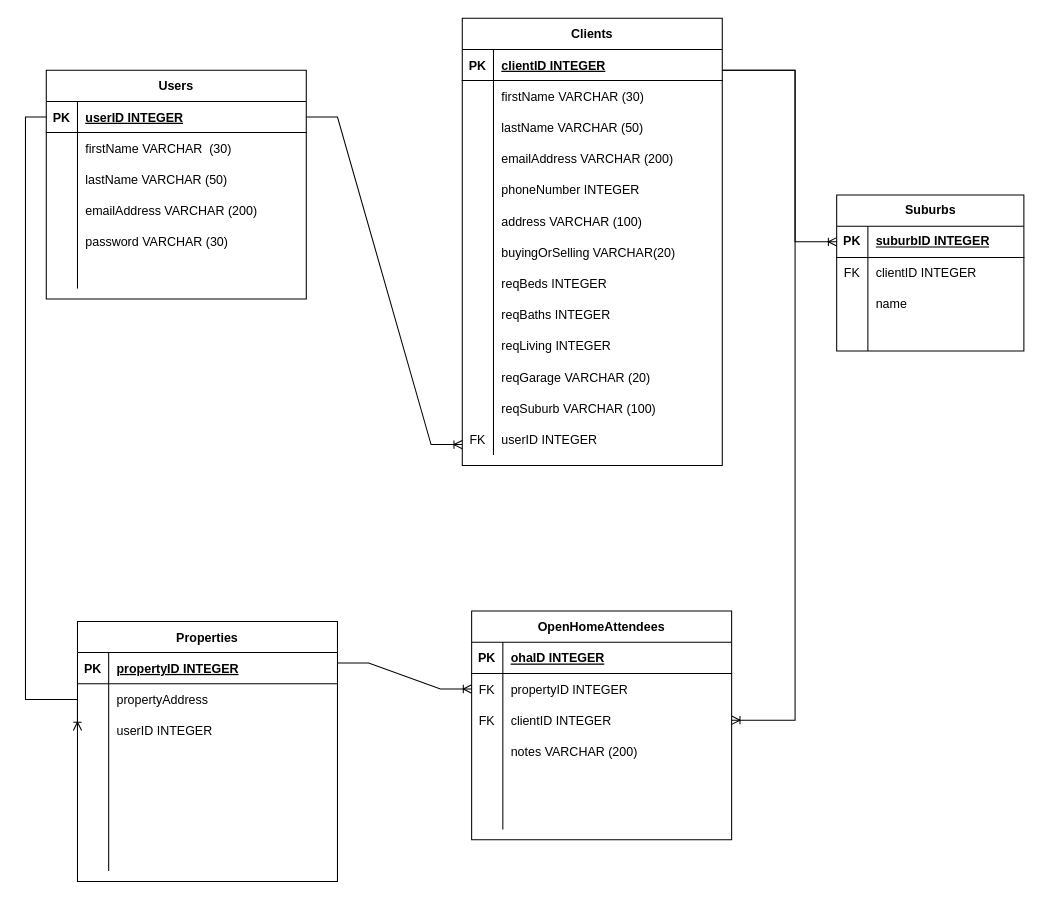
Earlier version of the draw.io diagram BackEnd/Models/DatabaseModels/LogicalModel.drawio (EmCorkindale/CapstoneProject). Source tidied: cells renumbered, new cells numbered last; positions are measured from the earlier drawing's top-left corner, leaving out a move shared by most shapes. Both pictures are drawn from the tidied source at 104%, with x=0, y=0 at pixel (25, 18).
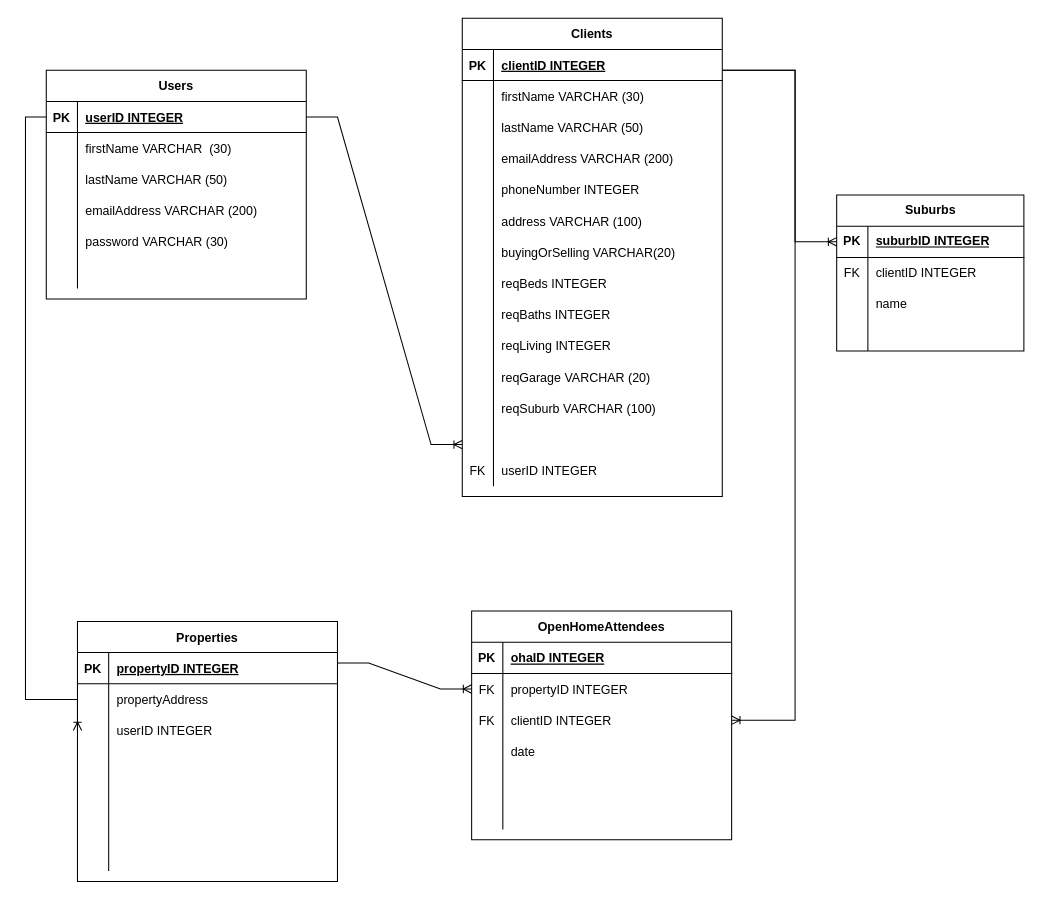
Above is the later version.

The change refers to these unchanged cells:
```xml
<mxCell id="93" style="shape=partialRectangle;fillColor=none;top=0;left=0;right=0;bottom=0;" parent="83" vertex="1">
  <mxGeometry y="120" width="250" height="30" as="geometry" />
</mxCell>
```

Diff of the diagram source:
```diff
@@
     <mxCell id="21" value="Clients" style="shape=table;startSize=30;childLayout=tableLayout;rowLines=0;fontStyle=1;align=center;" parent="1" vertex="1">
-      <mxGeometry x="420" width="250" height="430" as="geometry" />
+      <mxGeometry x="420" width="250" height="460" as="geometry" />
     </mxCell>
@@
+    <mxCell id="120" style="shape=partialRectangle;fillColor=none;top=0;left=0;right=0;bottom=0;" parent="21" vertex="1">
+      <mxGeometry y="390" width="250" height="30" as="geometry" />
+    </mxCell>
+    <mxCell id="121" style="shape=partialRectangle;overflow=hidden;fillColor=none;top=0;left=0;bottom=0;right=0;" parent="120" vertex="1">
+      <mxGeometry width="30" height="30" as="geometry" />
+    </mxCell>
+    <mxCell id="122" style="shape=partialRectangle;overflow=hidden;fillColor=none;top=0;left=0;bottom=0;right=0;align=left;spacingLeft=6;" parent="120" vertex="1">
+      <mxGeometry x="30" width="220" height="30" as="geometry" />
+    </mxCell>
     <mxCell id="58" style="shape=partialRectangle;fillColor=none;top=0;left=0;right=0;bottom=0;" parent="21" vertex="1">
-      <mxGeometry y="390" width="250" height="30" as="geometry" />
+      <mxGeometry y="420" width="250" height="30" as="geometry" />
     </mxCell>
@@
-    <mxCell id="95" value="notes VARCHAR (200)" style="shape=partialRectangle;overflow=hidden;fillColor=none;top=0;left=0;bottom=0;right=0;align=left;spacingLeft=6;" parent="93" vertex="1">
+    <mxCell id="95" value="date" style="shape=partialRectangle;overflow=hidden;fillColor=none;top=0;left=0;bottom=0;right=0;align=left;spacingLeft=6;" parent="93" vertex="1">
       <mxGeometry x="30" width="220" height="30" as="geometry" />
     </mxCell>
```
